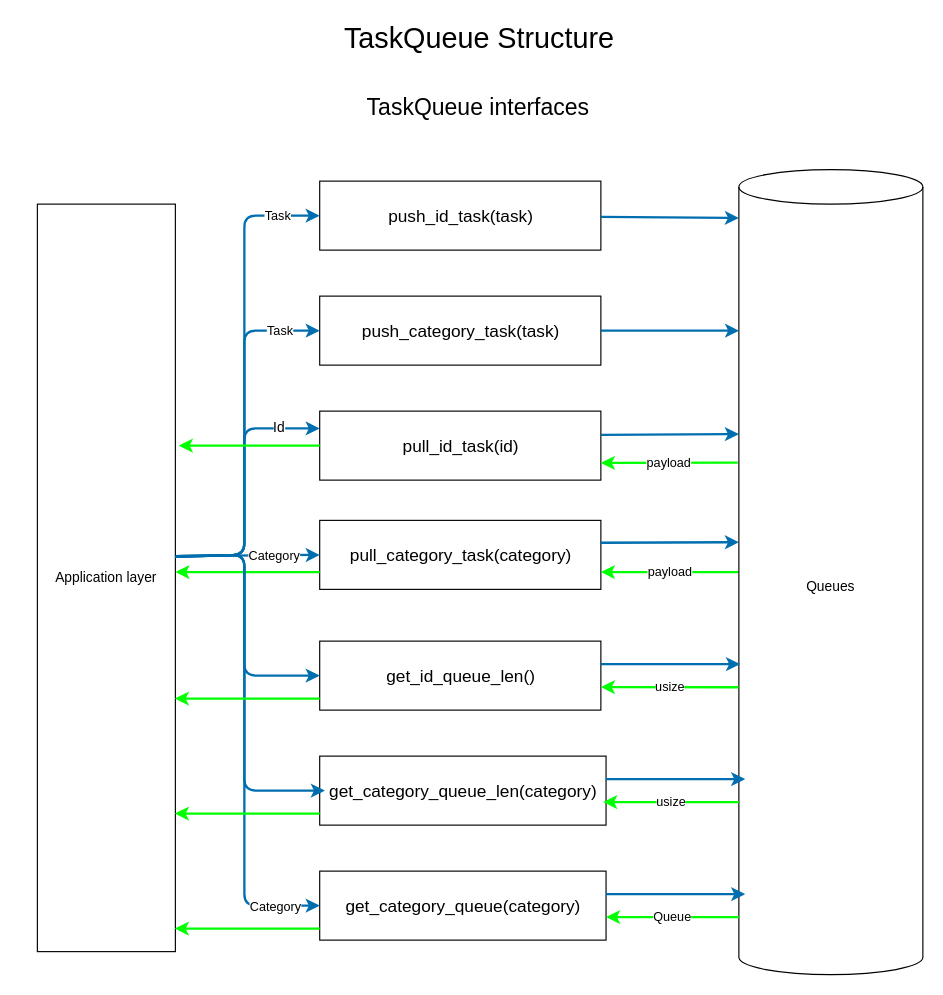
This is page "Interactions" (3 of 4) of Docs/ProjectDiagrams.drawio from NGDeveloper125/NGTQ_BusService, a draw.io file, before an edit. Source tidied: cells renumbered, new cells numbered last; positions are measured from the earlier drawing's top-left corner, leaving out a move shared by most shapes. Both pictures are drawn from the tidied source at 115%, with x=0, y=0 at pixel (37, 20).
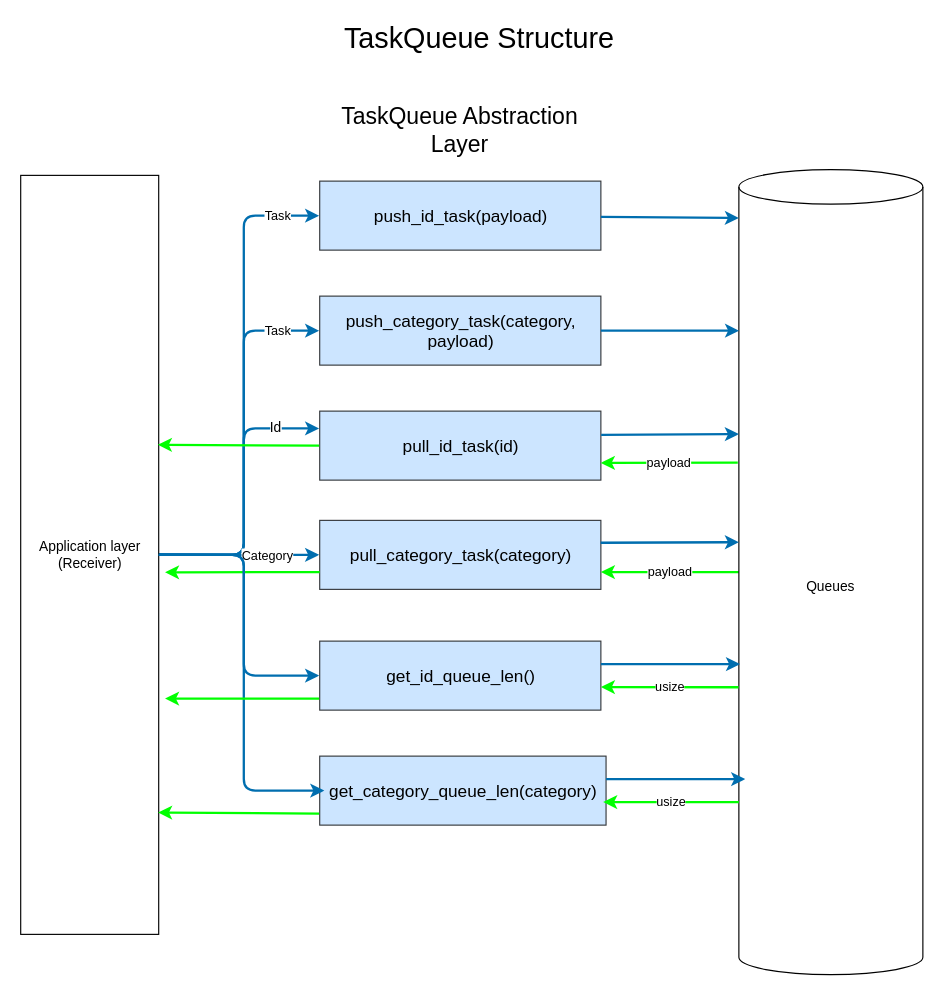
The same diagram, later.

Diff of the diagram source:
```diff
@@
-    <mxCell id="3" value="TaskQueue interfaces" style="text;html=1;align=center;verticalAlign=middle;whiteSpace=wrap;rounded=0;fontSize=20;" parent="1" vertex="1">
-      <mxGeometry x="261" y="60" width="245" height="30" as="geometry" />
+    <mxCell id="3" value="&lt;span style=&quot;color: rgb(0, 0, 0);&quot;&gt;TaskQueue Abstraction Layer&lt;/span&gt;" style="text;html=1;align=center;verticalAlign=middle;whiteSpace=wrap;rounded=0;fontSize=20;" parent="1" vertex="1">
+      <mxGeometry x="245" y="80" width="245" height="30" as="geometry" />
     </mxCell>
-    <mxCell id="4" value="push_id_task(task)" style="rounded=0;whiteSpace=wrap;html=1;fontSize=15;" parent="1" vertex="1">
+    <mxCell id="4" value="push_id_task(payload)" style="rounded=0;whiteSpace=wrap;html=1;fontSize=15;fillColor=#cce5ff;strokeColor=#36393d;" parent="1" vertex="1">
       <mxGeometry x="245.5" y="140" width="244.5" height="60" as="geometry" />
     </mxCell>
-    <mxCell id="5" value="push_category_task(task)" style="rounded=0;whiteSpace=wrap;html=1;fontSize=15;" parent="1" vertex="1">
+    <mxCell id="5" value="push_category_task(category, payload)" style="rounded=0;whiteSpace=wrap;html=1;fontSize=15;fillColor=#cce5ff;strokeColor=#36393d;" parent="1" vertex="1">
       <mxGeometry x="245.5" y="240" width="244.5" height="60" as="geometry" />
     </mxCell>
-    <mxCell id="6" value="pull_id_task(id)" style="rounded=0;whiteSpace=wrap;html=1;fontSize=15;" parent="1" vertex="1">
+    <mxCell id="6" value="pull_id_task(id)" style="rounded=0;whiteSpace=wrap;html=1;fontSize=15;fillColor=#cce5ff;strokeColor=#36393d;" parent="1" vertex="1">
       <mxGeometry x="245.5" y="340" width="244.5" height="60" as="geometry" />
     </mxCell>
-    <mxCell id="7" value="pull_category_task(category)" style="rounded=0;whiteSpace=wrap;html=1;fontSize=15;" parent="1" vertex="1">
+    <mxCell id="7" value="pull_category_task(category)" style="rounded=0;whiteSpace=wrap;html=1;fontSize=15;fillColor=#cce5ff;strokeColor=#36393d;" parent="1" vertex="1">
       <mxGeometry x="245.5" y="435" width="244.5" height="60" as="geometry" />
     </mxCell>
-    <mxCell id="8" value="Task" style="edgeStyle=none;html=1;entryX=0;entryY=0.5;entryDx=0;entryDy=0;fillColor=#1ba1e2;strokeColor=#006EAF;strokeWidth=2;exitX=1.004;exitY=0.471;exitDx=0;exitDy=0;exitPerimeter=0;" parent="1" edge="1" source="13" target="4">
+    <mxCell id="8" value="Task" style="edgeStyle=none;html=1;entryX=0;entryY=0.5;entryDx=0;entryDy=0;fillColor=#1ba1e2;strokeColor=#006EAF;strokeWidth=2;exitX=1;exitY=0.5;exitDx=0;exitDy=0;" parent="1" edge="1" source="13">
       <mxGeometry x="0.83" relative="1" as="geometry">
+        <mxPoint x="245" y="170" as="targetPoint" />
         <Array as="points">
-          <mxPoint x="180" y="465" />
-          <mxPoint x="180" y="170" />
+          <mxPoint x="179.5" y="465" />
+          <mxPoint x="179.5" y="170" />
         </Array>
       </mxGeometry>
     </mxCell>
-    <mxCell id="9" value="Task" style="edgeStyle=none;html=1;entryX=0;entryY=0.5;entryDx=0;entryDy=0;fillColor=#1ba1e2;strokeColor=#006EAF;strokeWidth=2;exitX=1.005;exitY=0.472;exitDx=0;exitDy=0;exitPerimeter=0;" parent="1" edge="1" source="13" target="5">
+    <mxCell id="9" value="Task" style="edgeStyle=none;html=1;entryX=0;entryY=0.5;entryDx=0;entryDy=0;fillColor=#1ba1e2;strokeColor=#006EAF;strokeWidth=2;exitX=1;exitY=0.5;exitDx=0;exitDy=0;" parent="1" edge="1" source="13">
       <mxGeometry x="0.78" relative="1" as="geometry">
+        <mxPoint x="245" y="270" as="targetPoint" />
         <Array as="points">
-          <mxPoint x="180" y="465" />
-          <mxPoint x="180" y="270" />
+          <mxPoint x="179.5" y="465" />
+          <mxPoint x="179.5" y="270" />
         </Array>
       </mxGeometry>
     </mxCell>
-    <mxCell id="10" value="Id" style="edgeStyle=none;html=1;entryX=0;entryY=0.25;entryDx=0;entryDy=0;fillColor=#1ba1e2;strokeColor=#006EAF;strokeWidth=2;fontSize=12;exitX=1.002;exitY=0.471;exitDx=0;exitDy=0;exitPerimeter=0;" parent="1" edge="1" source="13" target="6">
+    <mxCell id="10" value="Id" style="edgeStyle=none;html=1;entryX=0;entryY=0.25;entryDx=0;entryDy=0;fillColor=#1ba1e2;strokeColor=#006EAF;strokeWidth=2;fontSize=12;exitX=0.978;exitY=0.499;exitDx=0;exitDy=0;exitPerimeter=0;" parent="1" edge="1" source="13">
       <mxGeometry x="0.7" relative="1" as="geometry">
+        <mxPoint x="245" y="355" as="targetPoint" />
         <Array as="points">
-          <mxPoint x="180" y="465" />
-          <mxPoint x="180" y="355" />
+          <mxPoint x="179.5" y="465" />
+          <mxPoint x="179.5" y="355" />
         </Array>
       </mxGeometry>
     </mxCell>
-    <mxCell id="11" style="edgeStyle=none;html=1;entryX=0;entryY=0.5;entryDx=0;entryDy=0;fillColor=#1ba1e2;strokeColor=#006EAF;strokeWidth=2;exitX=1.009;exitY=0.471;exitDx=0;exitDy=0;fontSize=18;exitPerimeter=0;" parent="1" edge="1" source="13" target="7">
-      <mxGeometry x="-0.52" y="25" relative="1" as="geometry" />
+    <mxCell id="11" style="edgeStyle=none;html=1;entryX=0;entryY=0.5;entryDx=0;entryDy=0;fillColor=#1ba1e2;strokeColor=#006EAF;strokeWidth=2;exitX=1;exitY=0.5;exitDx=0;exitDy=0;fontSize=18;" parent="1" edge="1" source="13">
+      <mxGeometry x="-0.52" y="25" relative="1" as="geometry">
+        <mxPoint x="245" y="465" as="targetPoint" />
+      </mxGeometry>
     </mxCell>
@@
-    <mxCell id="13" value="&lt;span&gt;Application&lt;/span&gt;&amp;nbsp;layer" style="rounded=0;whiteSpace=wrap;html=1;" parent="1" vertex="1">
-      <mxGeometry y="160" width="120" height="650" as="geometry" />
+    <mxCell id="13" value="&lt;span&gt;Application&lt;/span&gt;&amp;nbsp;layer&lt;div&gt;(Receiver)&lt;/div&gt;" style="rounded=0;whiteSpace=wrap;html=1;" parent="1" vertex="1">
+      <mxGeometry x="-14.5" y="135" width="120" height="660" as="geometry" />
     </mxCell>
@@
-    <mxCell id="21" style="edgeStyle=none;html=1;fillColor=#008a00;strokeColor=#00FF00;strokeWidth=2;exitX=0;exitY=0.5;exitDx=0;exitDy=0;" parent="1" edge="1" source="6">
+    <mxCell id="21" style="edgeStyle=none;html=1;fillColor=#008a00;strokeColor=#00FF00;strokeWidth=2;exitX=0;exitY=0.5;exitDx=0;exitDy=0;entryX=0.994;entryY=0.355;entryDx=0;entryDy=0;entryPerimeter=0;" parent="1" edge="1" target="13">
       <mxGeometry relative="1" as="geometry">
-        <mxPoint x="123" y="370" as="targetPoint" />
+        <mxPoint x="245" y="370" as="sourcePoint" />
       </mxGeometry>
     </mxCell>
-    <mxCell id="22" style="edgeStyle=none;html=1;fillColor=#008a00;strokeColor=#00FF00;strokeWidth=2;exitX=0;exitY=0.75;exitDx=0;exitDy=0;" parent="1" edge="1" source="7">
+    <mxCell id="22" style="edgeStyle=none;html=1;fillColor=#008a00;strokeColor=#00FF00;strokeWidth=2;entryX=1.046;entryY=0.523;entryDx=0;entryDy=0;entryPerimeter=0;" parent="1" edge="1" target="13">
       <mxGeometry relative="1" as="geometry">
-        <mxPoint x="120" y="480" as="targetPoint" />
+        <mxPoint x="245.5" y="480" as="sourcePoint" />
       </mxGeometry>
     </mxCell>
-    <mxCell id="23" value="get_id_queue_len()" style="rounded=0;whiteSpace=wrap;html=1;fontSize=15;" parent="1" vertex="1">
+    <mxCell id="23" value="get_id_queue_len()" style="rounded=0;whiteSpace=wrap;html=1;fontSize=15;fillColor=#cce5ff;strokeColor=#36393d;" parent="1" vertex="1">
       <mxGeometry x="245.5" y="540" width="244.5" height="60" as="geometry" />
     </mxCell>
-    <mxCell id="24" value="get_category_queue_len(category)" style="rounded=0;whiteSpace=wrap;html=1;fontSize=15;" parent="1" vertex="1">
+    <mxCell id="24" value="get_category_queue_len(category)" style="rounded=0;whiteSpace=wrap;html=1;fontSize=15;fillColor=#cce5ff;strokeColor=#36393d;" parent="1" vertex="1">
       <mxGeometry x="245.5" y="640" width="249" height="60" as="geometry" />
     </mxCell>
-    <mxCell id="25" value="get_category_queue(category)" style="rounded=0;whiteSpace=wrap;html=1;fontSize=15;" parent="1" vertex="1">
-      <mxGeometry x="245.5" y="740" width="249" height="60" as="geometry" />
-    </mxCell>
-    <mxCell id="26" style="edgeStyle=none;html=1;entryX=0;entryY=0.5;entryDx=0;entryDy=0;fillColor=#1ba1e2;strokeColor=#006EAF;strokeWidth=2;fontSize=30;exitX=1.002;exitY=0.472;exitDx=0;exitDy=0;exitPerimeter=0;" parent="1" edge="1" source="13" target="23">
+    <mxCell id="26" style="edgeStyle=none;html=1;entryX=0;entryY=0.5;entryDx=0;entryDy=0;fillColor=#1ba1e2;strokeColor=#006EAF;strokeWidth=2;fontSize=30;exitX=1;exitY=0.5;exitDx=0;exitDy=0;" parent="1" edge="1" source="13">
       <mxGeometry relative="1" as="geometry">
+        <mxPoint x="245" y="570" as="targetPoint" />
         <Array as="points">
-          <mxPoint x="180" y="465" />
-          <mxPoint x="180" y="570" />
+          <mxPoint x="179.5" y="465" />
+          <mxPoint x="179.5" y="570" />
         </Array>
       </mxGeometry>
     </mxCell>
-    <mxCell id="27" style="edgeStyle=none;html=1;fillColor=#1ba1e2;strokeColor=#006EAF;strokeWidth=2;fontSize=30;exitX=1.004;exitY=0.471;exitDx=0;exitDy=0;entryX=0;entryY=0.5;entryDx=0;entryDy=0;exitPerimeter=0;" parent="1" edge="1" source="13" target="25">
-      <mxGeometry relative="1" as="geometry">
-        <Array as="points">
-          <mxPoint x="180" y="465" />
-          <mxPoint x="180" y="770" />
-        </Array>
-      </mxGeometry>
-    </mxCell>
-    <mxCell id="28" value="Category" style="edgeLabel;html=1;align=center;verticalAlign=middle;" parent="27" vertex="1">
-      <mxGeometry x="0.82" relative="1" as="geometry" />
-    </mxCell>
-    <mxCell id="29" style="edgeStyle=none;html=1;entryX=0.018;entryY=0.5;entryDx=0;entryDy=0;fillColor=#1ba1e2;strokeColor=#006EAF;strokeWidth=2;fontSize=30;exitX=0.996;exitY=0.472;exitDx=0;exitDy=0;entryPerimeter=0;exitPerimeter=0;" parent="1" edge="1" source="13" target="24">
+    <mxCell id="29" style="edgeStyle=none;html=1;entryX=0.018;entryY=0.5;entryDx=0;entryDy=0;fillColor=#1ba1e2;strokeColor=#006EAF;strokeWidth=2;fontSize=30;exitX=1;exitY=0.5;exitDx=0;exitDy=0;entryPerimeter=0;" parent="1" edge="1" source="13">
       <mxGeometry relative="1" as="geometry">
+        <mxPoint x="249.5" y="670" as="targetPoint" />
         <Array as="points">
-          <mxPoint x="180" y="465" />
-          <mxPoint x="180" y="670" />
+          <mxPoint x="179.5" y="465" />
+          <mxPoint x="179.5" y="670" />
         </Array>
       </mxGeometry>
     </mxCell>
@@
-    <mxCell id="32" style="edgeStyle=none;html=1;entryX=0.004;entryY=0.403;entryDx=0;entryDy=0;entryPerimeter=0;exitX=1;exitY=0.25;exitDx=0;exitDy=0;fillColor=#1ba1e2;strokeColor=#006EAF;strokeWidth=2;" parent="1" edge="1">
-      <mxGeometry relative="1" as="geometry">
-        <mxPoint x="494.5" y="760" as="sourcePoint" />
-        <mxPoint x="615.5" y="760" as="targetPoint" />
-      </mxGeometry>
-    </mxCell>
@@
-    <mxCell id="35" value="Queue" style="edgeStyle=none;html=1;entryX=1;entryY=0.75;entryDx=0;entryDy=0;fillColor=#008a00;strokeColor=#00FF00;strokeWidth=2;" parent="1" edge="1">
-      <mxGeometry relative="1" as="geometry">
-        <mxPoint x="610" y="780" as="sourcePoint" />
-        <mxPoint x="494.5" y="780" as="targetPoint" />
-      </mxGeometry>
-    </mxCell>
     <mxCell id="36" style="edgeStyle=none;html=1;fillColor=#008a00;strokeColor=#00FF00;strokeWidth=2;exitX=0;exitY=0.75;exitDx=0;exitDy=0;" parent="1" edge="1">
       <mxGeometry relative="1" as="geometry">
-        <mxPoint x="245.5" y="590" as="sourcePoint" />
-        <mxPoint x="119.5" y="590" as="targetPoint" />
+        <mxPoint x="245" y="590" as="sourcePoint" />
+        <mxPoint x="111" y="590" as="targetPoint" />
       </mxGeometry>
     </mxCell>
     <mxCell id="37" style="edgeStyle=none;html=1;fillColor=#008a00;strokeColor=#00FF00;strokeWidth=2;exitX=0;exitY=0.75;exitDx=0;exitDy=0;" parent="1" edge="1">
       <mxGeometry relative="1" as="geometry">
-        <mxPoint x="245.5" y="690" as="sourcePoint" />
-        <mxPoint x="119.5" y="690" as="targetPoint" />
+        <mxPoint x="245" y="690" as="sourcePoint" />
+        <mxPoint x="105" y="689" as="targetPoint" />
       </mxGeometry>
     </mxCell>
-    <mxCell id="38" style="edgeStyle=none;html=1;fillColor=#008a00;strokeColor=#00FF00;strokeWidth=2;exitX=0;exitY=0.75;exitDx=0;exitDy=0;" parent="1" edge="1">
-      <mxGeometry relative="1" as="geometry">
-        <mxPoint x="245.5" y="790" as="sourcePoint" />
-        <mxPoint x="119.5" y="790" as="targetPoint" />
-      </mxGeometry>
-    </mxCell>
```
